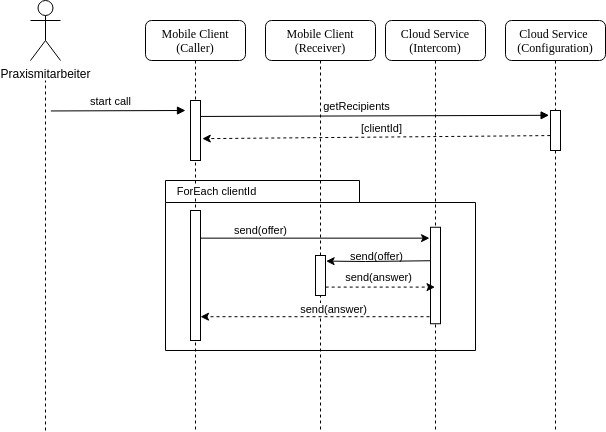
Above: src/graphics/diagramms/Sequence_Intercom_Broking_V02.png in jsvilling/IP6_Bachelorarbeit_Bericht_Cloudbasiertes_Praxisrufsystem (draw.io), before the change. Source tidied: cells renumbered, new cells last; positions are measured from the earlier drawing's top-left corner, leaving out a move shared by most shapes.
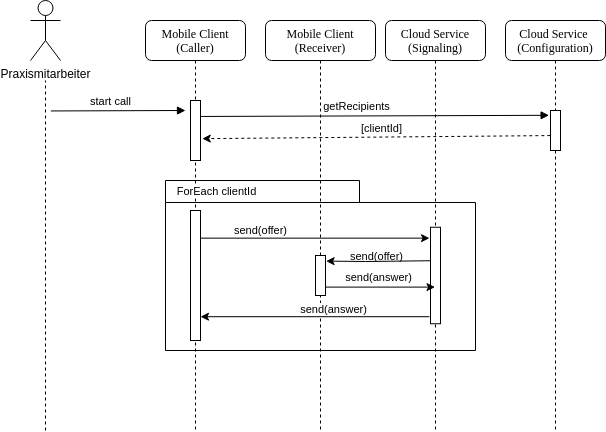
Above is the later version.

Commit message:
Fix sequence connect establish

Change to the diagram source:
```diff
@@ -17,7 +17,7 @@
     <mxCell id="6" value="ForEach clientId" style="edgeLabel;html=1;align=center;verticalAlign=middle;" parent="2" vertex="1">
       <mxGeometry x="70" y="170" as="geometry" />
     </mxCell>
-    <mxCell id="7" value="Cloud Service&lt;br&gt;(Intercom)" style="shape=umlLifeline;perimeter=lifelinePerimeter;whiteSpace=wrap;html=1;outlineConnect=0;rounded=1;shadow=0;comic=0;labelBackgroundColor=none;strokeWidth=1;fontFamily=Verdana;fontSize=12;align=center;" parent="1" vertex="1">
+    <mxCell id="7" value="Cloud Service&lt;br&gt;(Signaling)" style="shape=umlLifeline;perimeter=lifelinePerimeter;whiteSpace=wrap;html=1;outlineConnect=0;rounded=1;shadow=0;comic=0;labelBackgroundColor=none;strokeWidth=1;fontFamily=Verdana;fontSize=12;align=center;" parent="1" vertex="1">
       <mxGeometry x="355" y="20" width="100" height="410" as="geometry" />
     </mxCell>
     <mxCell id="8" style="html=1;points=[];perimeter=orthogonalPerimeter;rounded=0;shadow=0;comic=0;labelBackgroundColor=none;strokeWidth=1;fontFamily=Verdana;fontSize=12;align=center;" parent="7" vertex="1">
@@ -74,7 +74,7 @@
         </Array>
       </mxGeometry>
     </mxCell>
-    <mxCell id="22" style="endArrow=classic;html=1;dashed=1;exitX=1.02;exitY=0.79;exitDx=0;exitDy=0;exitPerimeter=0;" parent="1" edge="1" source="19" target="7">
+    <mxCell id="22" style="endArrow=classic;html=1;exitX=1.02;exitY=0.79;exitDx=0;exitDy=0;exitPerimeter=0;" parent="1" edge="1" source="19" target="7">
       <mxGeometry relative="1" as="geometry" />
     </mxCell>
     <mxCell id="23" value="send(answer)" style="edgeLabel;html=1;align=center;verticalAlign=middle;" parent="22" vertex="1">
@@ -82,7 +82,7 @@
         <mxPoint x="4" y="-9" as="offset" />
       </mxGeometry>
     </mxCell>
-    <mxCell id="24" style="endArrow=classic;html=1;dashed=1;exitX=-0.1;exitY=0.927;exitDx=0;exitDy=0;exitPerimeter=0;" parent="1" edge="1" source="8" target="5">
+    <mxCell id="24" style="endArrow=classic;html=1;exitX=-0.1;exitY=0.927;exitDx=0;exitDy=0;exitPerimeter=0;" parent="1" edge="1" source="8" target="5">
       <mxGeometry relative="1" as="geometry" />
     </mxCell>
     <mxCell id="25" value="send(answer)" style="edgeLabel;html=1;align=center;verticalAlign=middle;" parent="24" vertex="1">
```
